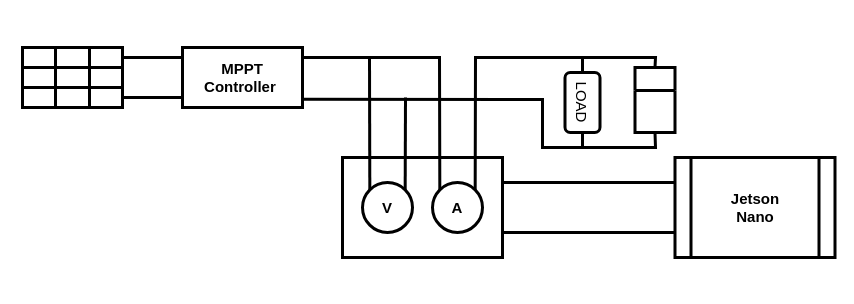
Earlier version of the draw.io diagram la cellule photovoltaïque.drawio (timlin0307/ECM_2A_Stage_2022). Source tidied: cells renumbered, new cells numbered last; positions are measured from the earlier drawing's top-left corner, leaving out a move shared by most shapes. Both pictures are drawn from the tidied source at 100%, with x=0, y=0 at pixel (22, 47).
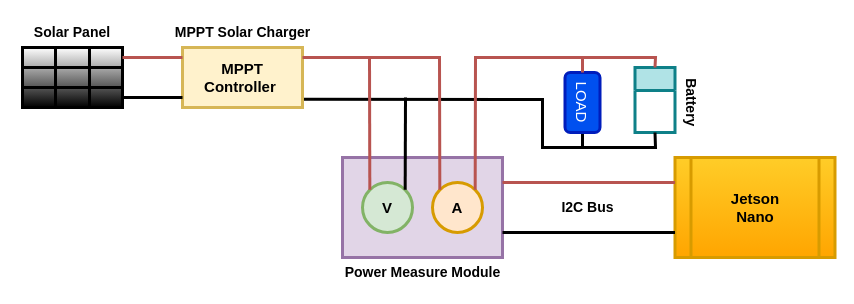
The same page after the edit.

The change refers to these unchanged cells:
```xml
<mxCell id="3" style="shape=tableRow;horizontal=0;startSize=0;swimlaneHead=0;swimlaneBody=0;top=0;left=0;bottom=0;right=0;fillColor=none;points=[[0,0.5],[1,0.5]];portConstraint=eastwest;" parent="2" vertex="1">
  <mxGeometry width="100" height="20" as="geometry" />
</mxCell>
```

Diff of the diagram source:
```diff
@@
+    <mxCell id="26" style="endArrow=none;html=1;rounded=0;strokeWidth=3;fontSize=15;exitX=1.006;exitY=0.861;exitDx=0;exitDy=0;exitPerimeter=0;entryX=1;entryY=0.5;entryDx=0;entryDy=0;" parent="1" edge="1" source="15" target="23">
+      <mxGeometry relative="1" as="geometry">
+        <Array as="points">
+          <mxPoint x="520" y="52" />
+          <mxPoint x="520" y="100" />
+          <mxPoint x="560" y="100" />
+        </Array>
+      </mxGeometry>
+    </mxCell>
-    <mxCell id="2" style="shape=table;html=1;whiteSpace=wrap;startSize=0;childLayout=tableLayout;strokeWidth=3;" parent="1" vertex="1">
+    <mxCell id="2" style="shape=table;html=1;whiteSpace=wrap;startSize=0;childLayout=tableLayout;strokeWidth=3;gradientColor=default;gradientDirection=south;swimlaneFillColor=default;" parent="1" vertex="1">
       <mxGeometry width="100" height="60" as="geometry" />
     </mxCell>
@@
-    <mxCell id="15" value="&lt;font style=&quot;font-size: 15px;&quot;&gt;&lt;b&gt;MPPT&lt;br&gt;Controller&amp;nbsp;&lt;/b&gt;&lt;/font&gt;" style="rounded=0;whiteSpace=wrap;html=1;strokeWidth=3;" parent="1" vertex="1">
+    <mxCell id="15" value="&lt;font style=&quot;font-size: 15px;&quot;&gt;&lt;b&gt;MPPT&lt;br&gt;Controller&amp;nbsp;&lt;/b&gt;&lt;/font&gt;" style="rounded=0;whiteSpace=wrap;html=1;strokeWidth=3;fillColor=#fff2cc;strokeColor=#d6b656;" parent="1" vertex="1">
       <mxGeometry x="160" width="120" height="60" as="geometry" />
     </mxCell>
-    <mxCell id="16" style="rounded=0;whiteSpace=wrap;html=1;strokeWidth=3;" parent="1" vertex="1">
+    <mxCell id="16" style="rounded=0;whiteSpace=wrap;html=1;strokeWidth=3;fillColor=#e1d5e7;strokeColor=#9673a6;" parent="1" vertex="1">
       <mxGeometry x="320" y="110" width="160" height="100" as="geometry" />
     </mxCell>
-    <mxCell id="17" value="&lt;b&gt;&lt;font style=&quot;font-size: 15px;&quot;&gt;V&lt;/font&gt;&lt;/b&gt;" style="ellipse;whiteSpace=wrap;html=1;strokeWidth=3;" parent="1" vertex="1">
+    <mxCell id="17" value="&lt;b&gt;&lt;font style=&quot;font-size: 15px;&quot;&gt;V&lt;/font&gt;&lt;/b&gt;" style="ellipse;whiteSpace=wrap;html=1;strokeWidth=3;fillColor=#d5e8d4;strokeColor=#82b366;" parent="1" vertex="1">
       <mxGeometry x="340" y="135" width="50" height="50" as="geometry" />
     </mxCell>
-    <mxCell id="18" value="&lt;b&gt;&lt;font style=&quot;font-size: 15px;&quot;&gt;A&lt;/font&gt;&lt;/b&gt;" style="ellipse;whiteSpace=wrap;html=1;strokeWidth=3;" parent="1" vertex="1">
+    <mxCell id="18" value="&lt;b&gt;&lt;font style=&quot;font-size: 15px;&quot;&gt;A&lt;/font&gt;&lt;/b&gt;" style="ellipse;whiteSpace=wrap;html=1;strokeWidth=3;fillColor=#ffe6cc;strokeColor=#d79b00;" parent="1" vertex="1">
       <mxGeometry x="410" y="135" width="50" height="50" as="geometry" />
     </mxCell>
-    <mxCell id="19" value="&lt;b&gt;Jetson&lt;br&gt;Nano&lt;/b&gt;" style="shape=process;whiteSpace=wrap;html=1;backgroundOutline=1;strokeWidth=3;fontSize=15;" parent="1" vertex="1">
+    <mxCell id="19" value="&lt;b&gt;Jetson&lt;br&gt;Nano&lt;/b&gt;" style="shape=process;whiteSpace=wrap;html=1;backgroundOutline=1;strokeWidth=3;fontSize=15;fillColor=#ffcd28;gradientColor=#ffa500;strokeColor=#d79b00;" parent="1" vertex="1">
       <mxGeometry x="652.5" y="110" width="160" height="100" as="geometry" />
     </mxCell>
-    <mxCell id="20" style="endArrow=none;html=1;rounded=0;fontSize=15;exitX=1;exitY=0.5;exitDx=0;exitDy=0;strokeWidth=3;" parent="1" edge="1" source="3">
+    <mxCell id="20" style="endArrow=none;html=1;rounded=0;fontSize=15;exitX=1;exitY=0.5;exitDx=0;exitDy=0;strokeWidth=3;fillColor=#f8cecc;strokeColor=#b85450;" parent="1" edge="1" source="3">
       <mxGeometry relative="1" as="geometry">
         <mxPoint x="160" y="10" as="targetPoint" />
       </mxGeometry>
     </mxCell>
@@
-    <mxCell id="22" style="endArrow=none;html=1;rounded=0;fontSize=15;entryX=0;entryY=0;entryDx=0;entryDy=0;strokeWidth=3;" parent="1" edge="1" target="18">
+    <mxCell id="22" style="endArrow=none;html=1;rounded=0;fontSize=15;entryX=0;entryY=0;entryDx=0;entryDy=0;strokeWidth=3;fillColor=#f8cecc;strokeColor=#b85450;" parent="1" edge="1" target="18">
       <mxGeometry relative="1" as="geometry">
         <mxPoint x="280" y="10" as="sourcePoint" />
         <Array as="points">
           <mxPoint x="417" y="10" />
         </Array>
       </mxGeometry>
     </mxCell>
-    <mxCell id="23" value="LOAD" style="rounded=1;whiteSpace=wrap;html=1;strokeWidth=3;fontSize=15;rotation=90;" parent="1" vertex="1">
+    <mxCell id="23" value="LOAD" style="rounded=1;whiteSpace=wrap;html=1;strokeWidth=3;fontSize=15;rotation=90;fillColor=#0050ef;fontColor=#ffffff;strokeColor=#001DBC;" parent="1" vertex="1">
       <mxGeometry x="530" y="37.5" width="60" height="35" as="geometry" />
     </mxCell>
-    <mxCell id="24" style="swimlane;strokeWidth=3;fontSize=15;startSize=23;" parent="1" vertex="1">
+    <mxCell id="24" style="swimlane;strokeWidth=3;fontSize=15;startSize=23;fillColor=#b0e3e6;strokeColor=#0e8088;" parent="1" vertex="1">
       <mxGeometry x="612.5" y="20" width="40" height="65" as="geometry" />
     </mxCell>
-    <mxCell id="25" style="endArrow=none;html=1;rounded=0;strokeWidth=3;fontSize=15;exitX=1;exitY=0;exitDx=0;exitDy=0;entryX=0;entryY=0.5;entryDx=0;entryDy=0;" parent="1" edge="1" source="18" target="23">
+    <mxCell id="25" style="endArrow=none;html=1;rounded=0;strokeWidth=3;fontSize=15;exitX=1;exitY=0;exitDx=0;exitDy=0;entryX=0;entryY=0.5;entryDx=0;entryDy=0;fillColor=#f8cecc;strokeColor=#b85450;" parent="1" edge="1" source="18" target="23">
       <mxGeometry relative="1" as="geometry">
         <Array as="points">
           <mxPoint x="453" y="10" />
           <mxPoint x="560" y="10" />
         </Array>
       </mxGeometry>
     </mxCell>
-    <mxCell id="26" style="endArrow=none;html=1;rounded=0;strokeWidth=3;fontSize=15;exitX=1.006;exitY=0.861;exitDx=0;exitDy=0;exitPerimeter=0;entryX=1;entryY=0.5;entryDx=0;entryDy=0;" parent="1" edge="1" source="15" target="23">
-      <mxGeometry relative="1" as="geometry">
-        <Array as="points">
-          <mxPoint x="520" y="52" />
-          <mxPoint x="520" y="100" />
-          <mxPoint x="560" y="100" />
-        </Array>
-      </mxGeometry>
-    </mxCell>
-    <mxCell id="27" style="endArrow=none;html=1;rounded=0;strokeWidth=3;fontSize=15;exitX=0;exitY=0;exitDx=0;exitDy=0;" parent="1" edge="1" source="17">
+    <mxCell id="27" style="endArrow=none;html=1;rounded=0;strokeWidth=3;fontSize=15;exitX=0;exitY=0;exitDx=0;exitDy=0;fillColor=#f8cecc;strokeColor=#b85450;" parent="1" edge="1" source="17">
       <mxGeometry relative="1" as="geometry">
         <mxPoint x="347" y="10" as="targetPoint" />
       </mxGeometry>
     </mxCell>
@@
-    <mxCell id="29" style="endArrow=none;html=1;rounded=0;strokeWidth=3;fontSize=15;entryX=0.5;entryY=0;entryDx=0;entryDy=0;" parent="1" edge="1" target="24">
+    <mxCell id="29" style="endArrow=none;html=1;rounded=0;strokeWidth=3;fontSize=15;entryX=0.5;entryY=0;entryDx=0;entryDy=0;fillColor=#f8cecc;strokeColor=#b85450;" parent="1" edge="1" target="24">
       <mxGeometry relative="1" as="geometry">
         <mxPoint x="560" y="10" as="sourcePoint" />
         <Array as="points">
           <mxPoint x="633" y="10" />
         </Array>
       </mxGeometry>
     </mxCell>
@@
-    <mxCell id="31" style="endArrow=none;html=1;rounded=0;strokeWidth=3;fontSize=15;entryX=0;entryY=0.25;entryDx=0;entryDy=0;exitX=1;exitY=0.25;exitDx=0;exitDy=0;" parent="1" edge="1" source="16" target="19">
+    <mxCell id="31" style="endArrow=none;html=1;rounded=0;strokeWidth=3;fontSize=15;entryX=0;entryY=0.25;entryDx=0;entryDy=0;exitX=1;exitY=0.25;exitDx=0;exitDy=0;fillColor=#f8cecc;strokeColor=#b85450;" parent="1" edge="1" source="16" target="19">
       <mxGeometry relative="1" as="geometry" />
     </mxCell>
@@
+    <mxCell id="33" value="&lt;b&gt;&lt;font style=&quot;font-size: 14px;&quot;&gt;Solar Panel&lt;/font&gt;&lt;/b&gt;" style="text;html=1;strokeColor=none;fillColor=none;align=center;verticalAlign=middle;whiteSpace=wrap;rounded=0;" parent="1" vertex="1">
+      <mxGeometry x="-5" y="-30" width="110" height="30" as="geometry" />
+    </mxCell>
+    <mxCell id="34" value="&lt;b&gt;&lt;font style=&quot;font-size: 14px;&quot;&gt;MPPT Solar Charger&lt;/font&gt;&lt;/b&gt;" style="text;html=1;strokeColor=none;fillColor=none;align=center;verticalAlign=middle;whiteSpace=wrap;rounded=0;" parent="1" vertex="1">
+      <mxGeometry x="147.5" y="-30" width="145" height="30" as="geometry" />
+    </mxCell>
+    <mxCell id="35" value="&lt;span style=&quot;font-size: 14px;&quot;&gt;&lt;b&gt;Power Measure Module&lt;/b&gt;&lt;/span&gt;" style="text;html=1;strokeColor=none;fillColor=none;align=center;verticalAlign=middle;whiteSpace=wrap;rounded=0;" parent="1" vertex="1">
+      <mxGeometry x="318.8" y="210" width="162.5" height="30" as="geometry" />
+    </mxCell>
+    <mxCell id="36" value="&lt;span style=&quot;font-size: 14px;&quot;&gt;&lt;b&gt;Battery&lt;/b&gt;&lt;/span&gt;" style="text;html=1;strokeColor=none;fillColor=none;align=center;verticalAlign=middle;whiteSpace=wrap;rounded=0;rotation=90;" parent="1" vertex="1">
+      <mxGeometry x="630" y="40" width="77.5" height="30" as="geometry" />
+    </mxCell>
+    <mxCell id="37" value="&lt;span style=&quot;font-size: 14px;&quot;&gt;&lt;b&gt;I2C Bus&lt;/b&gt;&lt;/span&gt;" style="text;html=1;strokeColor=none;fillColor=none;align=center;verticalAlign=middle;whiteSpace=wrap;rounded=0;" parent="1" vertex="1">
+      <mxGeometry x="530" y="145" width="71.2" height="30" as="geometry" />
+    </mxCell>
```
